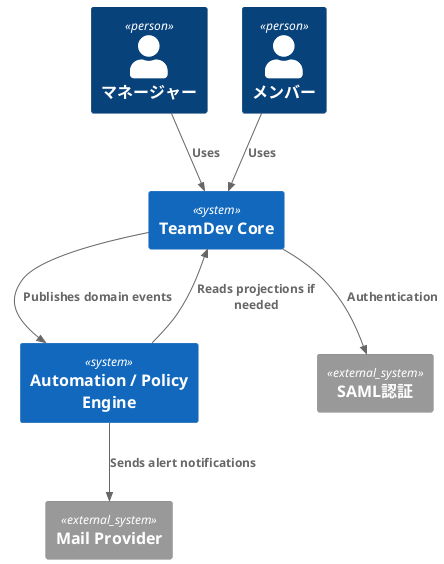
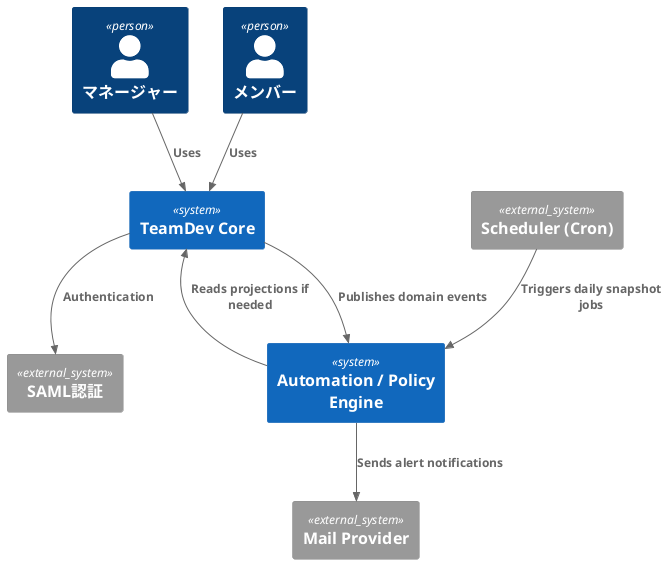
@startuml
!include <C4/C4_Context>

Person(manager, "マネージャー")
Person(member, "メンバー")

System(core, "TeamDev Core")
System(automation, "Automation / Policy Engine")

System_Ext(saml, "SAML認証")
System_Ext(mail, "Mail Provider")
+ System_Ext(cron, "Scheduler (Cron)")

Rel(manager, core, "Uses")
Rel(member, core, "Uses")

Rel(core, automation, "Publishes domain events")
Rel(automation, core, "Reads projections if needed")
+ Rel(cron, automation, "Triggers daily snapshot jobs")

Rel(automation, mail, "Sends alert notifications")
Rel(core, saml, "Authentication")

@enduml